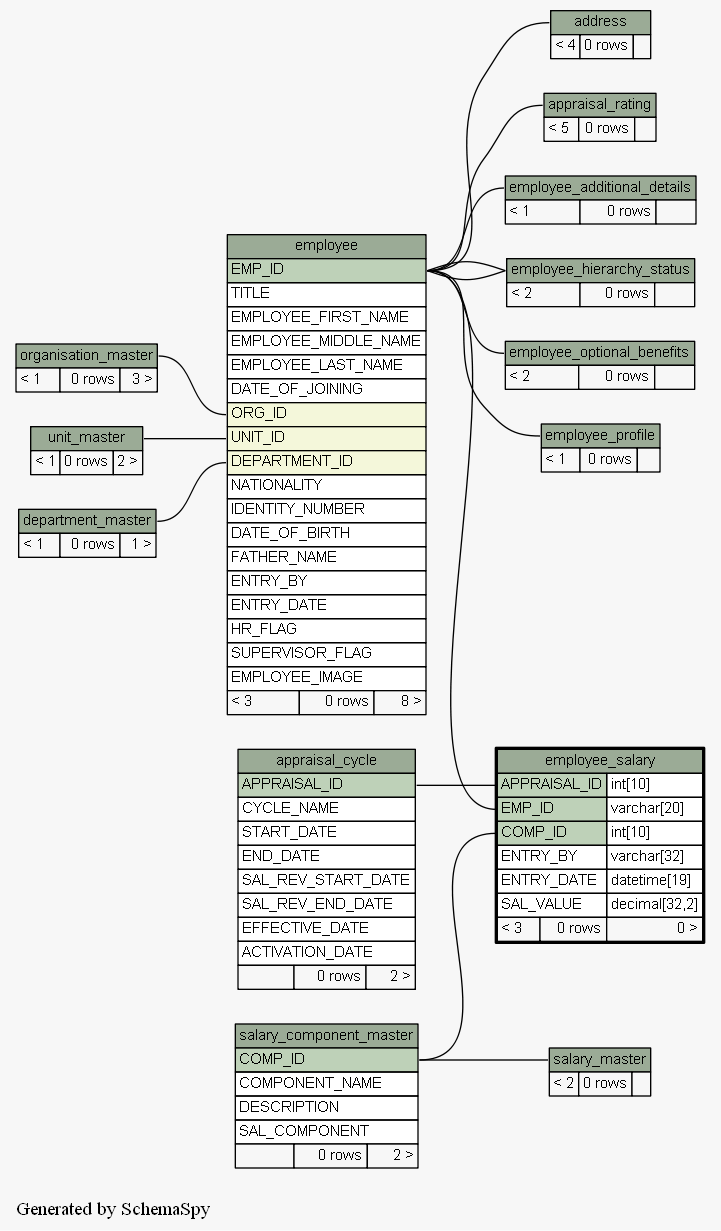
The Graphviz diagram docs/database/schemaspy/graphs/employee_salary.2degrees.png in engineerscraft/hrms, before a commit. Its source is kept beside it as docs/database/schemaspy/graphs/employee_salary.2degrees.dot. Its diagram source:
```dot
digraph "twoDegreesRelationshipsGraph" {
  graph [
    rankdir="RL"
    bgcolor="#f7f7f7"
    label="\nGenerated by SchemaSpy"
    labeljust="l"
  ];
  node [
    fontname="Helvetica"
    fontsize="11"
    shape="plaintext"
  ];
  edge [
    arrowsize="0.8"
  ];
  "address":"address.heading":w -> "employee":"EMP_ID":e [arrowtail=tee arrowhead=none];
  "appraisal_rating":"appraisal_rating.heading":w -> "employee":"EMP_ID":e [arrowtail=crowtee arrowhead=none];
  "employee":"DEPARTMENT_ID":w -> "department_master":"department_master.heading":e [arrowtail=crowodot arrowhead=none];
  "employee":"ORG_ID":w -> "organisation_master":"organisation_master.heading":e [arrowtail=crowodot arrowhead=none];
  "employee":"UNIT_ID":w -> "unit_master":"unit_master.heading":e [arrowtail=crowodot arrowhead=none];
  "employee_additional_details":"employee_additional_details.heading":w -> "employee":"EMP_ID":e [arrowtail=tee arrowhead=none];
  "employee_hierarchy_status":"employee_hierarchy_status.heading":w -> "employee":"EMP_ID":e [arrowtail=tee arrowhead=none];
  "employee_hierarchy_status":"employee_hierarchy_status.heading":w -> "employee":"EMP_ID":e [arrowtail=crowodot arrowhead=none];
  "employee_optional_benefits":"employee_optional_benefits.heading":w -> "employee":"EMP_ID":e [arrowtail=crowodot arrowhead=none];
  "employee_profile":"employee_profile.heading":w -> "employee":"EMP_ID":e [arrowtail=tee arrowhead=none];
  "employee_salary":"APPRAISAL_ID":w -> "appraisal_cycle":"APPRAISAL_ID":e [arrowtail=crowtee arrowhead=none];
  "employee_salary":"COMP_ID":w -> "salary_component_master":"COMP_ID":e [arrowtail=crowtee arrowhead=none];
  "employee_salary":"EMP_ID":w -> "employee":"EMP_ID":e [arrowtail=crowtee arrowhead=none];
  "salary_master":"salary_master.heading":w -> "salary_component_master":"COMP_ID":e [arrowtail=crowodot arrowhead=none];
  "address" [
    label=<
    <TABLE BORDER="0" CELLBORDER="1" CELLSPACING="0" BGCOLOR="#ffffff">
      <TR><TD PORT="address.heading" COLSPAN="3" BGCOLOR="#9bab96" ALIGN="CENTER">address</TD></TR>
      <TR><TD ALIGN="LEFT" BGCOLOR="#f7f7f7">&lt; 4</TD><TD ALIGN="RIGHT" BGCOLOR="#f7f7f7">0 rows</TD><TD ALIGN="RIGHT" BGCOLOR="#f7f7f7">  </TD></TR>
    </TABLE>>
    URL="address.html#graph"
    tooltip="address"
  ];
  "appraisal_cycle" [
    label=<
    <TABLE BORDER="0" CELLBORDER="1" CELLSPACING="0" BGCOLOR="#ffffff">
      <TR><TD PORT="appraisal_cycle.heading" COLSPAN="3" BGCOLOR="#9bab96" ALIGN="CENTER">appraisal_cycle</TD></TR>
      <TR><TD PORT="APPRAISAL_ID" COLSPAN="3" BGCOLOR="#bed1b8" ALIGN="LEFT">APPRAISAL_ID</TD></TR>
      <TR><TD PORT="CYCLE_NAME" COLSPAN="3" ALIGN="LEFT">CYCLE_NAME</TD></TR>
      <TR><TD PORT="START_DATE" COLSPAN="3" ALIGN="LEFT">START_DATE</TD></TR>
      <TR><TD PORT="END_DATE" COLSPAN="3" ALIGN="LEFT">END_DATE</TD></TR>
      <TR><TD PORT="SAL_REV_START_DATE" COLSPAN="3" ALIGN="LEFT">SAL_REV_START_DATE</TD></TR>
      <TR><TD PORT="SAL_REV_END_DATE" COLSPAN="3" ALIGN="LEFT">SAL_REV_END_DATE</TD></TR>
      <TR><TD PORT="EFFECTIVE_DATE" COLSPAN="3" ALIGN="LEFT">EFFECTIVE_DATE</TD></TR>
      <TR><TD PORT="ACTIVATION_DATE" COLSPAN="3" ALIGN="LEFT">ACTIVATION_DATE</TD></TR>
      <TR><TD ALIGN="LEFT" BGCOLOR="#f7f7f7">  </TD><TD ALIGN="RIGHT" BGCOLOR="#f7f7f7">0 rows</TD><TD ALIGN="RIGHT" BGCOLOR="#f7f7f7">2 &gt;</TD></TR>
    </TABLE>>
    URL="appraisal_cycle.html#graph"
    tooltip="appraisal_cycle"
  ];
  "appraisal_rating" [
    label=<
    <TABLE BORDER="0" CELLBORDER="1" CELLSPACING="0" BGCOLOR="#ffffff">
      <TR><TD PORT="appraisal_rating.heading" COLSPAN="3" BGCOLOR="#9bab96" ALIGN="CENTER">appraisal_rating</TD></TR>
      <TR><TD ALIGN="LEFT" BGCOLOR="#f7f7f7">&lt; 5</TD><TD ALIGN="RIGHT" BGCOLOR="#f7f7f7">0 rows</TD><TD ALIGN="RIGHT" BGCOLOR="#f7f7f7">  </TD></TR>
    </TABLE>>
    URL="appraisal_rating.html#graph"
    tooltip="appraisal_rating"
  ];
  "department_master" [
    label=<
    <TABLE BORDER="0" CELLBORDER="1" CELLSPACING="0" BGCOLOR="#ffffff">
      <TR><TD PORT="department_master.heading" COLSPAN="3" BGCOLOR="#9bab96" ALIGN="CENTER">department_master</TD></TR>
      <TR><TD ALIGN="LEFT" BGCOLOR="#f7f7f7">&lt; 1</TD><TD ALIGN="RIGHT" BGCOLOR="#f7f7f7">0 rows</TD><TD ALIGN="RIGHT" BGCOLOR="#f7f7f7">1 &gt;</TD></TR>
    </TABLE>>
    URL="department_master.html#graph"
    tooltip="department_master"
  ];
  "employee" [
    label=<
    <TABLE BORDER="0" CELLBORDER="1" CELLSPACING="0" BGCOLOR="#ffffff">
      <TR><TD PORT="employee.heading" COLSPAN="3" BGCOLOR="#9bab96" ALIGN="CENTER">employee</TD></TR>
      <TR><TD PORT="EMP_ID" COLSPAN="3" BGCOLOR="#bed1b8" ALIGN="LEFT">EMP_ID</TD></TR>
      <TR><TD PORT="TITLE" COLSPAN="3" ALIGN="LEFT">TITLE</TD></TR>
      <TR><TD PORT="EMPLOYEE_FIRST_NAME" COLSPAN="3" ALIGN="LEFT">EMPLOYEE_FIRST_NAME</TD></TR>
      <TR><TD PORT="EMPLOYEE_MIDDLE_NAME" COLSPAN="3" ALIGN="LEFT">EMPLOYEE_MIDDLE_NAME</TD></TR>
      <TR><TD PORT="EMPLOYEE_LAST_NAME" COLSPAN="3" ALIGN="LEFT">EMPLOYEE_LAST_NAME</TD></TR>
      <TR><TD PORT="DATE_OF_JOINING" COLSPAN="3" ALIGN="LEFT">DATE_OF_JOINING</TD></TR>
      <TR><TD PORT="ORG_ID" COLSPAN="3" BGCOLOR="#f4f7da" ALIGN="LEFT">ORG_ID</TD></TR>
      <TR><TD PORT="UNIT_ID" COLSPAN="3" BGCOLOR="#f4f7da" ALIGN="LEFT">UNIT_ID</TD></TR>
      <TR><TD PORT="DEPARTMENT_ID" COLSPAN="3" BGCOLOR="#f4f7da" ALIGN="LEFT">DEPARTMENT_ID</TD></TR>
      <TR><TD PORT="NATIONALITY" COLSPAN="3" ALIGN="LEFT">NATIONALITY</TD></TR>
      <TR><TD PORT="IDENTITY_NUMBER" COLSPAN="3" ALIGN="LEFT">IDENTITY_NUMBER</TD></TR>
      <TR><TD PORT="DATE_OF_BIRTH" COLSPAN="3" ALIGN="LEFT">DATE_OF_BIRTH</TD></TR>
      <TR><TD PORT="FATHER_NAME" COLSPAN="3" ALIGN="LEFT">FATHER_NAME</TD></TR>
      <TR><TD PORT="ENTRY_BY" COLSPAN="3" ALIGN="LEFT">ENTRY_BY</TD></TR>
      <TR><TD PORT="ENTRY_DATE" COLSPAN="3" ALIGN="LEFT">ENTRY_DATE</TD></TR>
      <TR><TD PORT="HR_FLAG" COLSPAN="3" ALIGN="LEFT">HR_FLAG</TD></TR>
      <TR><TD PORT="SUPERVISOR_FLAG" COLSPAN="3" ALIGN="LEFT">SUPERVISOR_FLAG</TD></TR>
      <TR><TD PORT="EMPLOYEE_IMAGE" COLSPAN="3" ALIGN="LEFT">EMPLOYEE_IMAGE</TD></TR>
      <TR><TD ALIGN="LEFT" BGCOLOR="#f7f7f7">&lt; 3</TD><TD ALIGN="RIGHT" BGCOLOR="#f7f7f7">0 rows</TD><TD ALIGN="RIGHT" BGCOLOR="#f7f7f7">8 &gt;</TD></TR>
    </TABLE>>
    URL="employee.html#graph"
    tooltip="employee"
  ];
  "employee_additional_details" [
    label=<
    <TABLE BORDER="0" CELLBORDER="1" CELLSPACING="0" BGCOLOR="#ffffff">
      <TR><TD PORT="employee_additional_details.heading" COLSPAN="3" BGCOLOR="#9bab96" ALIGN="CENTER">employee_additional_details</TD></TR>
      <TR><TD ALIGN="LEFT" BGCOLOR="#f7f7f7">&lt; 1</TD><TD ALIGN="RIGHT" BGCOLOR="#f7f7f7">0 rows</TD><TD ALIGN="RIGHT" BGCOLOR="#f7f7f7">  </TD></TR>
    </TABLE>>
    URL="employee_additional_details.html#graph"
    tooltip="employee_additional_details"
  ];
  "employee_hierarchy_status" [
    label=<
    <TABLE BORDER="0" CELLBORDER="1" CELLSPACING="0" BGCOLOR="#ffffff">
      <TR><TD PORT="employee_hierarchy_status.heading" COLSPAN="3" BGCOLOR="#9bab96" ALIGN="CENTER">employee_hierarchy_status</TD></TR>
      <TR><TD ALIGN="LEFT" BGCOLOR="#f7f7f7">&lt; 2</TD><TD ALIGN="RIGHT" BGCOLOR="#f7f7f7">0 rows</TD><TD ALIGN="RIGHT" BGCOLOR="#f7f7f7">  </TD></TR>
    </TABLE>>
    URL="employee_hierarchy_status.html#graph"
    tooltip="employee_hierarchy_status"
  ];
  "employee_optional_benefits" [
    label=<
    <TABLE BORDER="0" CELLBORDER="1" CELLSPACING="0" BGCOLOR="#ffffff">
      <TR><TD PORT="employee_optional_benefits.heading" COLSPAN="3" BGCOLOR="#9bab96" ALIGN="CENTER">employee_optional_benefits</TD></TR>
      <TR><TD ALIGN="LEFT" BGCOLOR="#f7f7f7">&lt; 2</TD><TD ALIGN="RIGHT" BGCOLOR="#f7f7f7">0 rows</TD><TD ALIGN="RIGHT" BGCOLOR="#f7f7f7">  </TD></TR>
    </TABLE>>
    URL="employee_optional_benefits.html#graph"
    tooltip="employee_optional_benefits"
  ];
  "employee_profile" [
    label=<
    <TABLE BORDER="0" CELLBORDER="1" CELLSPACING="0" BGCOLOR="#ffffff">
      <TR><TD PORT="employee_profile.heading" COLSPAN="3" BGCOLOR="#9bab96" ALIGN="CENTER">employee_profile</TD></TR>
      <TR><TD ALIGN="LEFT" BGCOLOR="#f7f7f7">&lt; 1</TD><TD ALIGN="RIGHT" BGCOLOR="#f7f7f7">0 rows</TD><TD ALIGN="RIGHT" BGCOLOR="#f7f7f7">  </TD></TR>
    </TABLE>>
    URL="employee_profile.html#graph"
    tooltip="employee_profile"
  ];
  "employee_salary" [
    label=<
    <TABLE BORDER="2" CELLBORDER="1" CELLSPACING="0" BGCOLOR="#ffffff">
      <TR><TD PORT="employee_salary.heading" COLSPAN="3" BGCOLOR="#9bab96" ALIGN="CENTER">employee_salary</TD></TR>
      <TR><TD PORT="APPRAISAL_ID" COLSPAN="2" BGCOLOR="#bed1b8" ALIGN="LEFT">APPRAISAL_ID</TD><TD PORT="APPRAISAL_ID.type" ALIGN="LEFT">int[10]</TD></TR>
      <TR><TD PORT="EMP_ID" COLSPAN="2" BGCOLOR="#bed1b8" ALIGN="LEFT">EMP_ID</TD><TD PORT="EMP_ID.type" ALIGN="LEFT">varchar[20]</TD></TR>
      <TR><TD PORT="COMP_ID" COLSPAN="2" BGCOLOR="#bed1b8" ALIGN="LEFT">COMP_ID</TD><TD PORT="COMP_ID.type" ALIGN="LEFT">int[10]</TD></TR>
      <TR><TD PORT="ENTRY_BY" COLSPAN="2" ALIGN="LEFT">ENTRY_BY</TD><TD PORT="ENTRY_BY.type" ALIGN="LEFT">varchar[32]</TD></TR>
      <TR><TD PORT="ENTRY_DATE" COLSPAN="2" ALIGN="LEFT">ENTRY_DATE</TD><TD PORT="ENTRY_DATE.type" ALIGN="LEFT">datetime[19]</TD></TR>
      <TR><TD PORT="SAL_VALUE" COLSPAN="2" ALIGN="LEFT">SAL_VALUE</TD><TD PORT="SAL_VALUE.type" ALIGN="LEFT">decimal[32,2]</TD></TR>
      <TR><TD ALIGN="LEFT" BGCOLOR="#f7f7f7">&lt; 3</TD><TD ALIGN="RIGHT" BGCOLOR="#f7f7f7">0 rows</TD><TD ALIGN="RIGHT" BGCOLOR="#f7f7f7">0 &gt;</TD></TR>
    </TABLE>>
    URL="employee_salary.html#"
    tooltip="employee_salary"
  ];
  "organisation_master" [
    label=<
    <TABLE BORDER="0" CELLBORDER="1" CELLSPACING="0" BGCOLOR="#ffffff">
      <TR><TD PORT="organisation_master.heading" COLSPAN="3" BGCOLOR="#9bab96" ALIGN="CENTER">organisation_master</TD></TR>
      <TR><TD ALIGN="LEFT" BGCOLOR="#f7f7f7">&lt; 1</TD><TD ALIGN="RIGHT" BGCOLOR="#f7f7f7">0 rows</TD><TD ALIGN="RIGHT" BGCOLOR="#f7f7f7">3 &gt;</TD></TR>
    </TABLE>>
    URL="organisation_master.html#graph"
    tooltip="organisation_master"
  ];
  "salary_component_master" [
    label=<
    <TABLE BORDER="0" CELLBORDER="1" CELLSPACING="0" BGCOLOR="#ffffff">
      <TR><TD PORT="salary_component_master.heading" COLSPAN="3" BGCOLOR="#9bab96" ALIGN="CENTER">salary_component_master</TD></TR>
      <TR><TD PORT="COMP_ID" COLSPAN="3" BGCOLOR="#bed1b8" ALIGN="LEFT">COMP_ID</TD></TR>
      <TR><TD PORT="COMPONENT_NAME" COLSPAN="3" ALIGN="LEFT">COMPONENT_NAME</TD></TR>
      <TR><TD PORT="DESCRIPTION" COLSPAN="3" ALIGN="LEFT">DESCRIPTION</TD></TR>
      <TR><TD PORT="SAL_COMPONENT" COLSPAN="3" ALIGN="LEFT">SAL_COMPONENT</TD></TR>
      <TR><TD ALIGN="LEFT" BGCOLOR="#f7f7f7">  </TD><TD ALIGN="RIGHT" BGCOLOR="#f7f7f7">0 rows</TD><TD ALIGN="RIGHT" BGCOLOR="#f7f7f7">2 &gt;</TD></TR>
    </TABLE>>
    URL="salary_component_master.html#graph"
    tooltip="salary_component_master"
  ];
  "salary_master" [
    label=<
    <TABLE BORDER="0" CELLBORDER="1" CELLSPACING="0" BGCOLOR="#ffffff">
      <TR><TD PORT="salary_master.heading" COLSPAN="3" BGCOLOR="#9bab96" ALIGN="CENTER">salary_master</TD></TR>
      <TR><TD ALIGN="LEFT" BGCOLOR="#f7f7f7">&lt; 2</TD><TD ALIGN="RIGHT" BGCOLOR="#f7f7f7">0 rows</TD><TD ALIGN="RIGHT" BGCOLOR="#f7f7f7">  </TD></TR>
    </TABLE>>
    URL="salary_master.html#graph"
    tooltip="salary_master"
  ];
  "unit_master" [
    label=<
    <TABLE BORDER="0" CELLBORDER="1" CELLSPACING="0" BGCOLOR="#ffffff">
      <TR><TD PORT="unit_master.heading" COLSPAN="3" BGCOLOR="#9bab96" ALIGN="CENTER">unit_master</TD></TR>
      <TR><TD ALIGN="LEFT" BGCOLOR="#f7f7f7">&lt; 1</TD><TD ALIGN="RIGHT" BGCOLOR="#f7f7f7">0 rows</TD><TD ALIGN="RIGHT" BGCOLOR="#f7f7f7">2 &gt;</TD></TR>
    </TABLE>>
    URL="unit_master.html#graph"
    tooltip="unit_master"
  ];
}
```
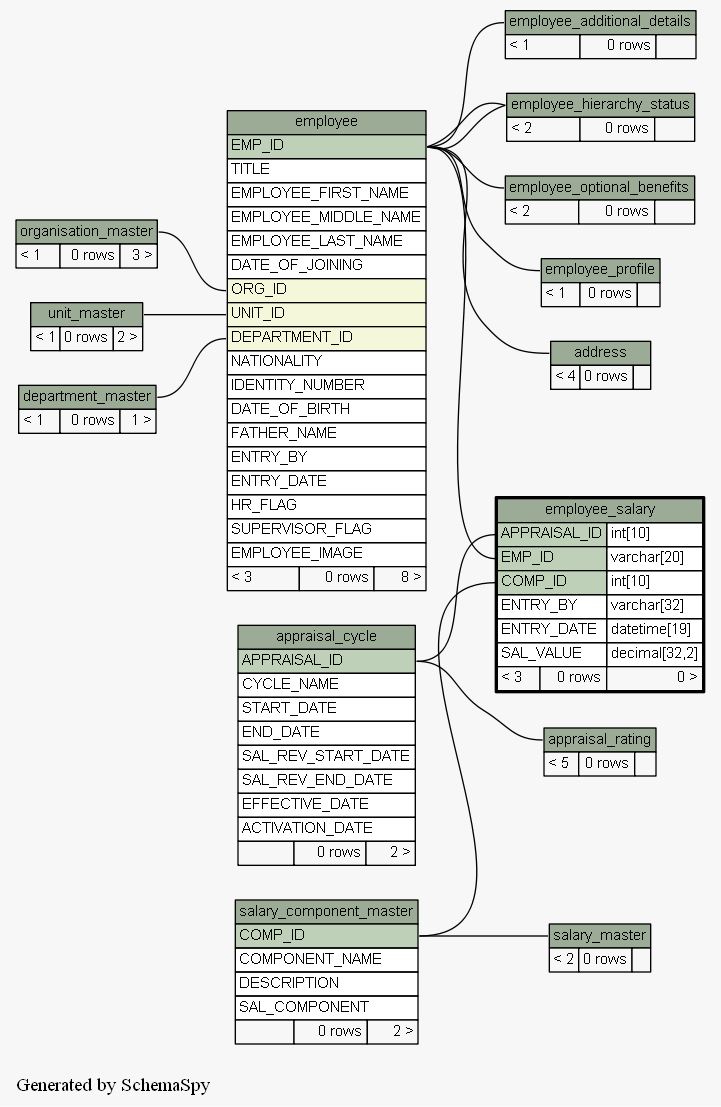
After the commit.

What changed in the source:
```diff
@@ -14,7 +14,7 @@
     arrowsize="0.8"
   ];
   "address":"address.heading":w -> "employee":"EMP_ID":e [arrowtail=tee arrowhead=none];
-  "appraisal_rating":"appraisal_rating.heading":w -> "employee":"EMP_ID":e [arrowtail=crowtee arrowhead=none];
+  "appraisal_rating":"appraisal_rating.heading":w -> "appraisal_cycle":"APPRAISAL_ID":e [arrowtail=crowtee arrowhead=none];
   "employee":"DEPARTMENT_ID":w -> "department_master":"department_master.heading":e [arrowtail=crowodot arrowhead=none];
   "employee":"ORG_ID":w -> "organisation_master":"organisation_master.heading":e [arrowtail=crowodot arrowhead=none];
   "employee":"UNIT_ID":w -> "unit_master":"unit_master.heading":e [arrowtail=crowodot arrowhead=none];
```
